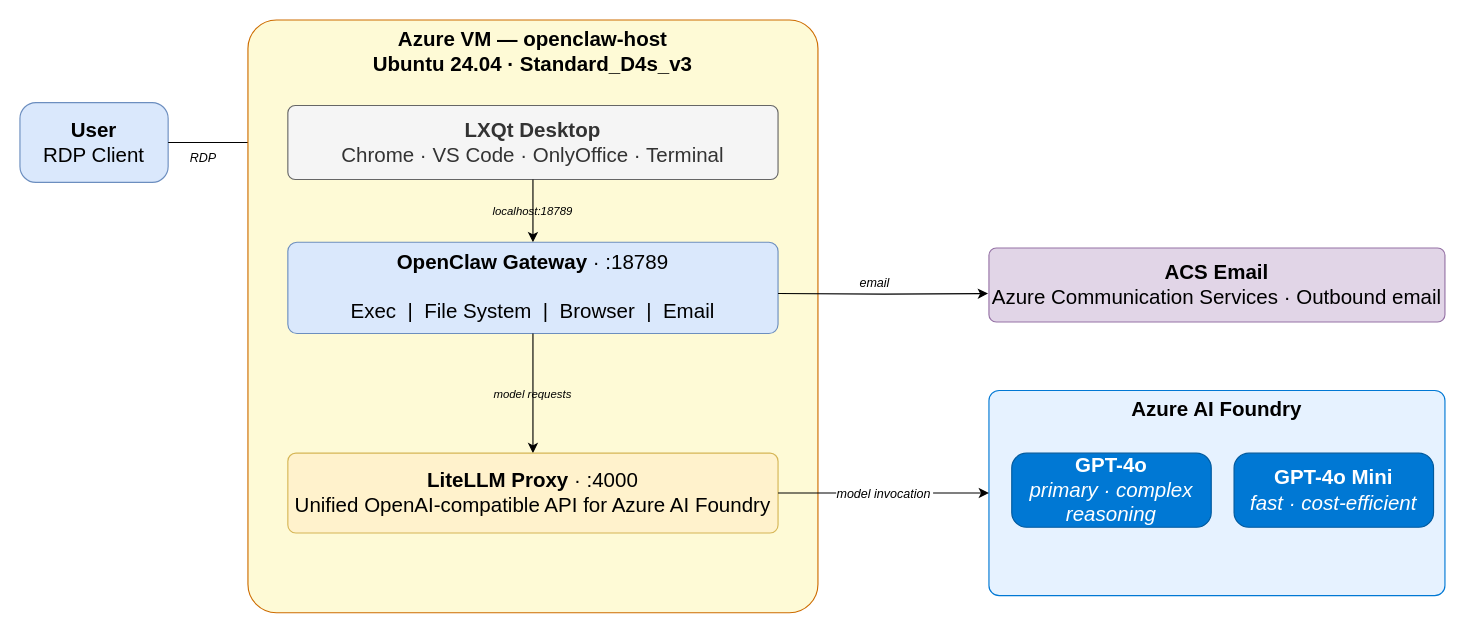
The draw.io diagram azure-openclaw.drawio in mamonaco1973/azure-openclaw, before the edit. Source tidied: cells renumbered, new cells numbered last; positions are measured from the earlier drawing's top-left corner, leaving out a move shared by most shapes. Both pictures are drawn from the tidied source at 114%, with x=0, y=0 at pixel (19, 19).
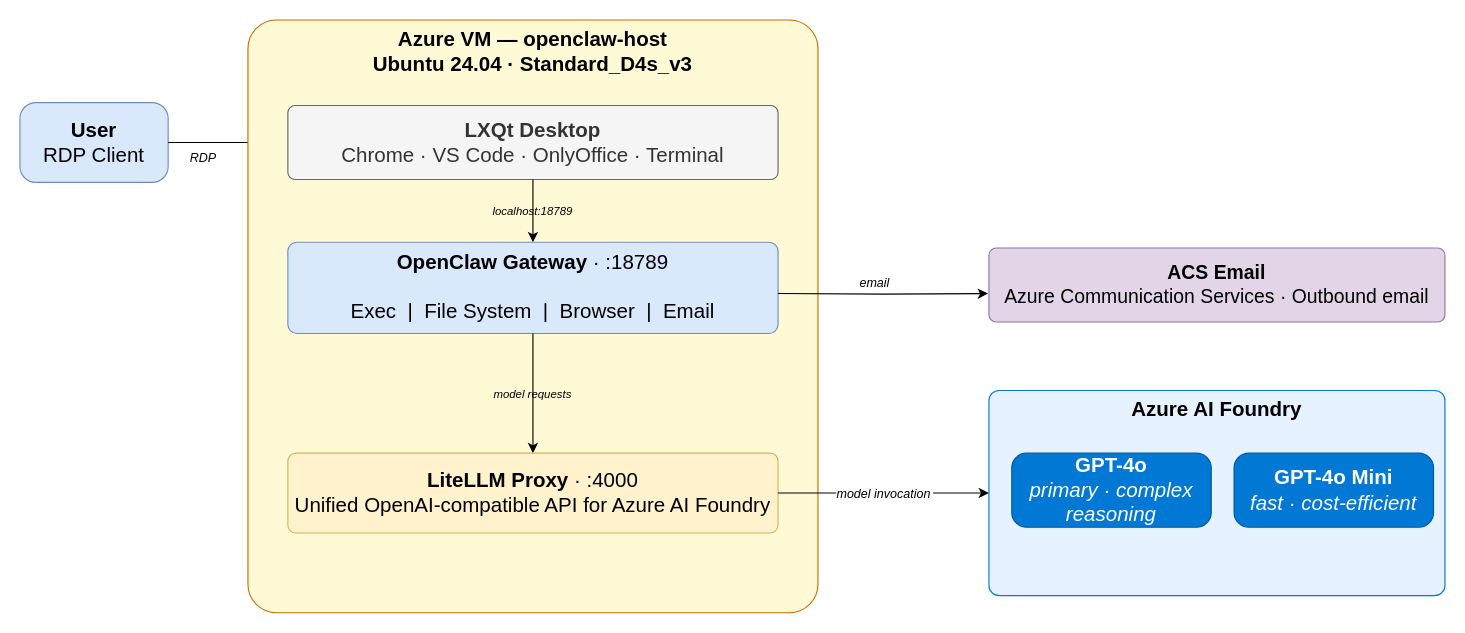
After the change.

What changed in the source:
```diff
@@
 <mxGraphModel>
   <root>
     <mxCell id="0" />
     <mxCell id="1" parent="0" />
     <mxCell id="2" value="&lt;font style=&quot;font-size: 18px;&quot;&gt;&lt;b&gt;User&lt;/b&gt;&lt;/font&gt;&lt;div&gt;&lt;font style=&quot;font-size: 18px;&quot;&gt;RDP Client&lt;/font&gt;&lt;/div&gt;" style="rounded=1;whiteSpace=wrap;html=1;fillColor=#dae8fc;strokeColor=#6c8ebf;fontSize=13;arcSize=20;" parent="1" vertex="1">
       <mxGeometry y="72.5" width="130" height="70" as="geometry" />
     </mxCell>
     <mxCell id="3" value="RDP " style="edgeStyle=orthogonalEdgeStyle;rounded=0;fontSize=11;fontStyle=2;exitX=1;exitY=0.5;exitDx=0;exitDy=0;entryX=0;entryY=0.5;entryDx=0;entryDy=0;" parent="1" edge="1" source="2" target="5">
       <mxGeometry x="-0.43" y="-12" relative="1" as="geometry">
         <mxPoint x="1" y="1" as="offset" />
       </mxGeometry>
     </mxCell>
     <mxCell id="4" value="&lt;font style=&quot;font-size: 18px;&quot;&gt;&lt;b&gt;Azure VM — openclaw-host&lt;/b&gt;&lt;br&gt;Ubuntu 24.04 · Standard_D4s_v3&lt;/font&gt;" style="rounded=1;whiteSpace=wrap;html=1;fillColor=#FEFAD6;strokeColor=#CD6C00;fontSize=12;fontStyle=1;verticalAlign=top;arcSize=5;" parent="1" vertex="1">
       <mxGeometry x="200" width="500" height="520" as="geometry" />
     </mxCell>
     <mxCell id="5" value="&lt;font style=&quot;font-size: 18px;&quot;&gt;&lt;b&gt;LXQt Desktop&lt;/b&gt;&lt;br&gt;Chrome · VS Code · OnlyOffice · Terminal&lt;/font&gt;" style="rounded=1;whiteSpace=wrap;html=1;fillColor=#f5f5f5;strokeColor=#666666;fontColor=#333333;fontSize=11;arcSize=10;" parent="1" vertex="1">
       <mxGeometry x="235" y="75" width="430" height="65" as="geometry" />
     </mxCell>
     <mxCell id="6" value="localhost:18789" style="edgeStyle=orthogonalEdgeStyle;rounded=0;fontSize=10;fontStyle=2;exitX=0.5;exitY=1;exitDx=0;exitDy=0;entryX=0.5;entryY=0;entryDx=0;entryDy=0;labelBackgroundColor=none;" parent="1" edge="1" source="5" target="7">
       <mxGeometry relative="1" as="geometry" />
     </mxCell>
     <mxCell id="7" value="&lt;font style=&quot;font-size: 18px;&quot;&gt;&lt;b&gt;OpenClaw Gateway&lt;/b&gt; · :18789&lt;br&gt;&lt;br&gt;Exec &amp;nbsp;|&amp;nbsp; File System &amp;nbsp;|&amp;nbsp; Browser &amp;nbsp;|&amp;nbsp; Email&lt;/font&gt;" style="rounded=1;whiteSpace=wrap;html=1;fillColor=#dae8fc;strokeColor=#6c8ebf;fontSize=12;arcSize=10;" parent="1" vertex="1">
       <mxGeometry x="235" y="195" width="430" height="80" as="geometry" />
     </mxCell>
     <mxCell id="8" value="model requests" style="edgeStyle=orthogonalEdgeStyle;rounded=0;fontSize=10;fontStyle=2;exitX=0.5;exitY=1;exitDx=0;exitDy=0;entryX=0.5;entryY=0;entryDx=0;entryDy=0;labelBackgroundColor=none;" parent="1" edge="1" source="7" target="9">
       <mxGeometry relative="1" as="geometry" />
     </mxCell>
     <mxCell id="9" value="&lt;font style=&quot;font-size: 18px;&quot;&gt;&lt;b style=&quot;&quot;&gt;LiteLLM Proxy&lt;/b&gt; · :4000&lt;br&gt;Unified OpenAI-compatible API for Azure AI Foundry&lt;/font&gt;" style="rounded=1;whiteSpace=wrap;html=1;fillColor=#fff2cc;strokeColor=#d6b656;fontSize=12;arcSize=10;" parent="1" vertex="1">
       <mxGeometry x="235" y="380" width="430" height="70" as="geometry" />
     </mxCell>
     <mxCell id="10" value="&lt;b&gt;&lt;font style=&quot;font-size: 18px;&quot;&gt;Azure AI Foundry&lt;/font&gt;&lt;/b&gt;" style="rounded=1;whiteSpace=wrap;html=1;fillColor=#E6F2FF;strokeColor=#0078D4;fontSize=12;arcSize=5;verticalAlign=top;" parent="1" vertex="1">
       <mxGeometry x="850" y="325" width="400" height="180" as="geometry" />
     </mxCell>
     <mxCell id="11" value="&lt;font style=&quot;font-size: 18px;&quot;&gt;&lt;b&gt;GPT-4o&lt;/b&gt;&lt;br&gt;&lt;i&gt;primary · complex reasoning&lt;/i&gt;&lt;/font&gt;" style="rounded=1;whiteSpace=wrap;html=1;fillColor=#0078D4;fontColor=#ffffff;strokeColor=#005A9E;fontSize=11;arcSize=20;" parent="1" vertex="1">
       <mxGeometry x="870" y="380" width="175" height="65" as="geometry" />
     </mxCell>
     <mxCell id="12" value="&lt;font style=&quot;font-size: 18px;&quot;&gt;&lt;b&gt;GPT-4o Mini&lt;/b&gt;&lt;br&gt;&lt;i&gt;fast · cost-efficient&lt;/i&gt;&lt;/font&gt;" style="rounded=1;whiteSpace=wrap;html=1;fillColor=#0078D4;fontColor=#ffffff;strokeColor=#005A9E;fontSize=11;arcSize=20;" parent="1" vertex="1">
       <mxGeometry x="1065" y="380" width="175" height="65" as="geometry" />
     </mxCell>
-    <mxCell id="13" value="&lt;font style=&quot;font-size: 18px;&quot;&gt;&lt;b&gt;ACS Email&lt;/b&gt;&lt;br&gt;Azure Communication Services · Outbound email&lt;/font&gt;" style="rounded=1;whiteSpace=wrap;html=1;fillColor=#e1d5e7;strokeColor=#9673a6;fontSize=12;arcSize=10;" parent="1" vertex="1">
+    <mxCell id="13" value="&lt;font style=&quot;font-size: 17px;&quot;&gt;&lt;b style=&quot;&quot;&gt;ACS Email&lt;/b&gt;&lt;br&gt;Azure Communication Services · Outbound email&lt;/font&gt;" style="rounded=1;whiteSpace=wrap;html=1;fillColor=#e1d5e7;strokeColor=#9673a6;fontSize=12;arcSize=10;" parent="1" vertex="1">
       <mxGeometry x="850" y="200" width="400" height="65" as="geometry" />
     </mxCell>
     <mxCell id="14" value="model invocation" style="edgeStyle=orthogonalEdgeStyle;rounded=0;fontSize=11;fontStyle=2;exitX=1;exitY=0.5;exitDx=0;exitDy=0;entryX=0;entryY=0.5;entryDx=0;entryDy=0;" parent="1" edge="1" source="9" target="10">
       <mxGeometry relative="1" as="geometry" />
     </mxCell>
     <mxCell id="15" value="email" style="edgeStyle=orthogonalEdgeStyle;rounded=0;fontSize=11;fontStyle=2;exitX=1;exitY=0.5;exitDx=0;exitDy=0;entryX=-0.002;entryY=0.616;entryDx=0;entryDy=0;entryPerimeter=0;" parent="1" edge="1" target="13">
       <mxGeometry x="-0.08" y="10" relative="1" as="geometry">
         <mxPoint x="665" y="240" as="sourcePoint" />
       </mxGeometry>
     </mxCell>
   </root>
 </mxGraphModel>
```
